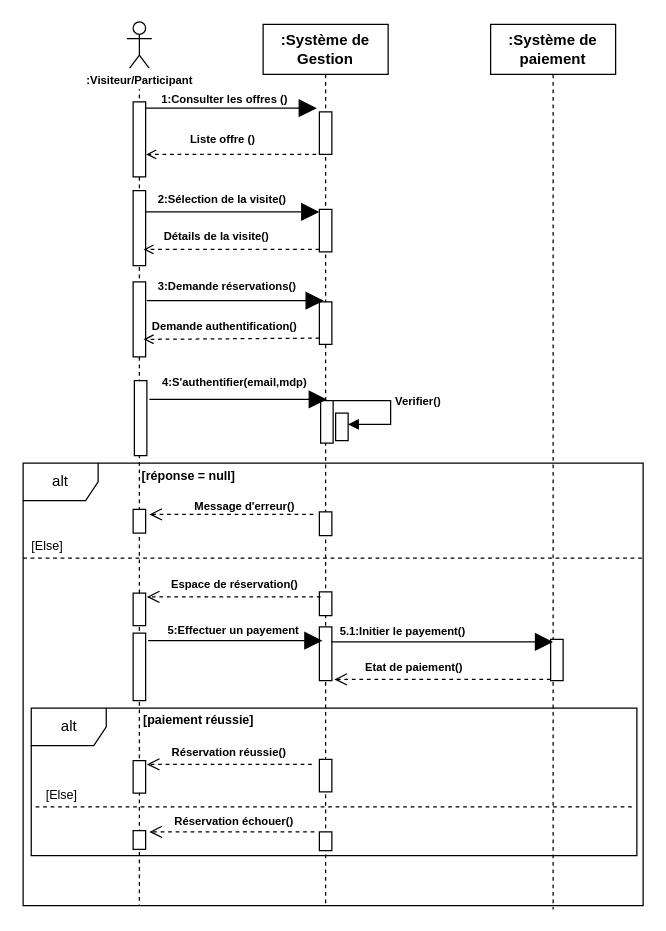
The draw.io diagram Diagramme sans nom.drawio in louis-fresnel99/TpGasaL1, before the edit. Source tidied: cells renumbered, new cells numbered last; positions are measured from the earlier drawing's top-left corner, leaving out a move shared by most shapes. Both pictures are drawn from the tidied source at 125%, with x=0, y=0 at pixel (21, 21).
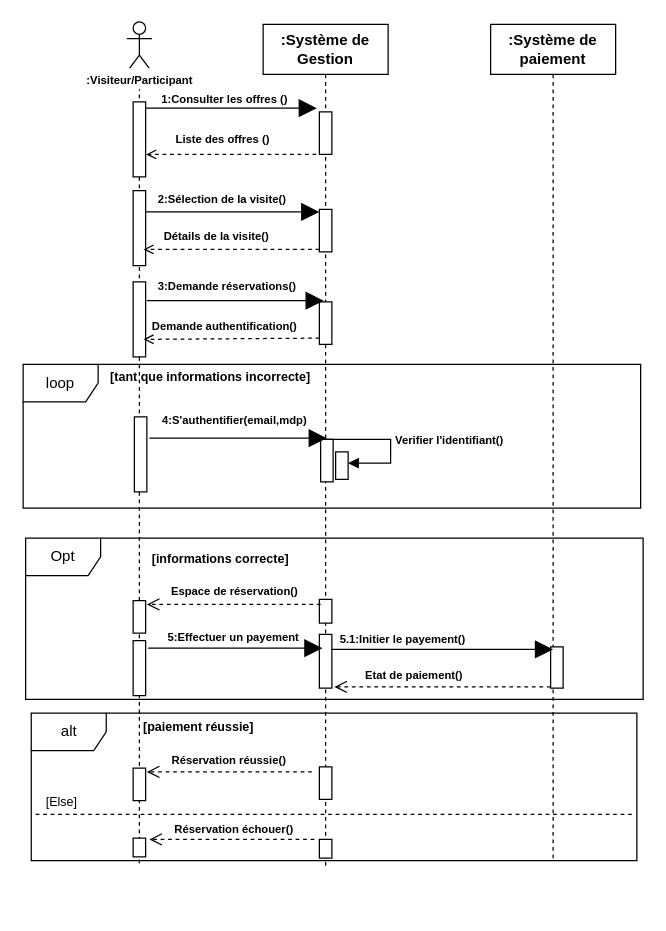
Above is the later version.

Commit message:
Mettre à jour Diagramme sans nom.drawio

Change to the diagram source:
```diff
@@
-    <mxCell id="2" value="alt" style="shape=umlFrame;whiteSpace=wrap;html=1;labelBorderColor=none;fillColor=light-dark(#FFFFFF,#FFFFFF);fontColor=light-dark(#000000,#000000);strokeColor=light-dark(#000000,#000000);" parent="1" vertex="1">
-      <mxGeometry x="1" y="353" width="496" height="354" as="geometry" />
+    <mxCell id="2" value="Opt" style="shape=umlFrame;whiteSpace=wrap;html=1;labelBorderColor=none;fillColor=light-dark(#FFFFFF,#FFFFFF);fontColor=light-dark(#000000,#000000);strokeColor=light-dark(#000000,#000000);" parent="1" vertex="1">
+      <mxGeometry x="3" y="413" width="494" height="129" as="geometry" />
     </mxCell>
     <mxCell id="3" value="&lt;b&gt;:Système de Gestion&lt;/b&gt;" style="shape=umlLifeline;perimeter=lifelinePerimeter;whiteSpace=wrap;html=1;newEdgeStyle={&quot;edgeStyle&quot;:&quot;elbowEdgeStyle&quot;,&quot;elbow&quot;:&quot;vertical&quot;,&quot;curved&quot;:0,&quot;rounded&quot;:0};fillColor=light-dark(#FFFFFF, #ffffff);strokeColor=light-dark(#000000,#000000);labelBackgroundColor=none;fontColor=light-dark(#000000,#000000);" parent="1" vertex="1">
-      <mxGeometry x="193" y="2" width="100" height="706" as="geometry" />
+      <mxGeometry x="193" y="2" width="100" height="674" as="geometry" />
     </mxCell>
@@
-    <mxCell id="7" style="html=1;perimeter=orthogonalPerimeter;targetShapes=umlLifeline;newEdgeStyle={&quot;curved&quot;:0,&quot;rounded&quot;:0};fillColor=light-dark(#FFFFFF,#FFFFFF);strokeColor=light-dark(#000000,#000000);" parent="3" vertex="1">
-      <mxGeometry x="45" y="390" width="10" height="19" as="geometry" />
-    </mxCell>
     <mxCell id="8" style="html=1;perimeter=orthogonalPerimeter;targetShapes=umlLifeline;newEdgeStyle={&quot;curved&quot;:0,&quot;rounded&quot;:0};fillColor=light-dark(#FFFFFF,#FFFFFF);strokeColor=light-dark(#000000,#000000);" parent="3" vertex="1">
-      <mxGeometry x="45" y="454" width="10" height="19" as="geometry" />
+      <mxGeometry x="45" y="460" width="10" height="19" as="geometry" />
     </mxCell>
     <mxCell id="9" style="html=1;perimeter=orthogonalPerimeter;targetShapes=umlLifeline;newEdgeStyle={&quot;curved&quot;:0,&quot;rounded&quot;:0};fillColor=light-dark(#FFFFFF,#FFFFFF);strokeColor=light-dark(#000000,#000000);" parent="3" vertex="1">
-      <mxGeometry x="45" y="482" width="10" height="43" as="geometry" />
+      <mxGeometry x="45" y="488" width="10" height="43" as="geometry" />
     </mxCell>
     <mxCell id="10" style="html=1;perimeter=orthogonalPerimeter;targetShapes=umlLifeline;newEdgeStyle={&quot;curved&quot;:0,&quot;rounded&quot;:0};" parent="3" vertex="1">
-      <mxGeometry x="58" y="311" width="10" height="22" as="geometry" />
+      <mxGeometry x="58" y="342" width="10" height="22" as="geometry" />
     </mxCell>
-    <mxCell id="11" value="&lt;font style=&quot;font-size: 9px;&quot;&gt;&lt;b&gt;Verifier()&lt;/b&gt;&lt;/font&gt;" style="html=1;align=left;spacingLeft=2;endArrow=block;rounded=0;edgeStyle=orthogonalEdgeStyle;curved=0;rounded=0;" parent="3" edge="1">
+    <mxCell id="11" value="&lt;font style=&quot;font-size: 9px;&quot;&gt;&lt;b&gt;Verifier l'identifiant()&lt;/b&gt;&lt;/font&gt;" style="html=1;align=left;spacingLeft=2;endArrow=block;rounded=0;edgeStyle=orthogonalEdgeStyle;curved=0;rounded=0;" parent="3" edge="1">
       <mxGeometry relative="1" as="geometry">
-        <mxPoint x="50.1" y="301" as="sourcePoint" />
-        <mxPoint x="68" y="320" as="targetPoint" />
+        <mxPoint x="50.1" y="332" as="sourcePoint" />
+        <mxPoint x="68" y="351" as="targetPoint" />
         <Array as="points">
-          <mxPoint x="102" y="301" />
-          <mxPoint x="102" y="320" />
+          <mxPoint x="102" y="332" />
+          <mxPoint x="102" y="351" />
         </Array>
       </mxGeometry>
     </mxCell>
     <mxCell id="12" style="html=1;perimeter=orthogonalPerimeter;targetShapes=umlLifeline;newEdgeStyle={&quot;curved&quot;:0,&quot;rounded&quot;:0};fillColor=light-dark(#FFFFFF,#FFFFFF);strokeColor=light-dark(#000000,#000000);" parent="3" vertex="1">
-      <mxGeometry x="45" y="588" width="10" height="26" as="geometry" />
+      <mxGeometry x="45" y="594" width="10" height="26" as="geometry" />
     </mxCell>
     <mxCell id="13" style="html=1;perimeter=orthogonalPerimeter;targetShapes=umlLifeline;newEdgeStyle={&quot;curved&quot;:0,&quot;rounded&quot;:0};fillColor=light-dark(#FFFFFF,#FFFFFF);strokeColor=light-dark(#000000,#000000);" parent="3" vertex="1">
-      <mxGeometry x="45" y="646" width="10" height="15" as="geometry" />
+      <mxGeometry x="45" y="652" width="10" height="15" as="geometry" />
     </mxCell>
     <mxCell id="14" style="shape=umlLifeline;perimeter=lifelinePerimeter;whiteSpace=wrap;html=1;newEdgeStyle={&quot;curved&quot;:0,&quot;rounded&quot;:0};participant=umlActor;fillColor=light-dark(#FFFFFF,#000000);strokeColor=light-dark(#000000,#000000);" parent="1" vertex="1">
-      <mxGeometry x="84" width="20" height="707" as="geometry" />
+      <mxGeometry x="84" width="20" height="674" as="geometry" />
     </mxCell>
@@
-    <mxCell id="18" style="html=1;perimeter=orthogonalPerimeter;targetShapes=umlLifeline;newEdgeStyle={&quot;curved&quot;:0,&quot;rounded&quot;:0};fillColor=light-dark(#FFFFFF,#FFFFFF);strokeColor=light-dark(#000000,#000000);" parent="14" vertex="1">
-      <mxGeometry x="5" y="390" width="10" height="19" as="geometry" />
-    </mxCell>
     <mxCell id="19" style="html=1;perimeter=orthogonalPerimeter;targetShapes=umlLifeline;newEdgeStyle={&quot;curved&quot;:0,&quot;rounded&quot;:0};fillColor=light-dark(#FFFFFF,#FFFFFF);strokeColor=light-dark(#000000,#000000);" parent="14" vertex="1">
-      <mxGeometry x="5" y="457" width="10" height="26" as="geometry" />
+      <mxGeometry x="5" y="463" width="10" height="26" as="geometry" />
     </mxCell>
     <mxCell id="20" style="html=1;perimeter=orthogonalPerimeter;targetShapes=umlLifeline;newEdgeStyle={&quot;curved&quot;:0,&quot;rounded&quot;:0};fillColor=light-dark(#FFFFFF,#FFFFFF);strokeColor=light-dark(#000000,#000000);" parent="14" vertex="1">
-      <mxGeometry x="5" y="489" width="10" height="54" as="geometry" />
+      <mxGeometry x="5" y="495" width="10" height="44" as="geometry" />
     </mxCell>
     <mxCell id="21" style="html=1;perimeter=orthogonalPerimeter;targetShapes=umlLifeline;newEdgeStyle={&quot;curved&quot;:0,&quot;rounded&quot;:0};fillColor=light-dark(#FFFFFF,#FFFFFF);strokeColor=light-dark(#000000,#000000);" parent="14" vertex="1">
-      <mxGeometry x="5" y="591" width="10" height="26" as="geometry" />
+      <mxGeometry x="5" y="597" width="10" height="26" as="geometry" />
     </mxCell>
@@
     <mxCell id="23" value="&lt;b&gt;:Système de paiement&lt;/b&gt;" style="shape=umlLifeline;perimeter=lifelinePerimeter;whiteSpace=wrap;html=1;newEdgeStyle={&quot;curved&quot;:0,&quot;rounded&quot;:0};fillColor=light-dark(#FFFFFF,#FFFFFF);fontColor=light-dark(#000000,#000000);strokeColor=light-dark(#000000,#000000);" parent="1" vertex="1">
-      <mxGeometry x="375" y="2" width="100" height="708" as="geometry" />
+      <mxGeometry x="375" y="2" width="100" height="670" as="geometry" />
     </mxCell>
     <mxCell id="24" style="html=1;perimeter=orthogonalPerimeter;targetShapes=umlLifeline;newEdgeStyle={&quot;curved&quot;:0,&quot;rounded&quot;:0};fillColor=light-dark(#FFFFFF,#FFFFFF);strokeColor=light-dark(#000000,#000000);" parent="23" vertex="1">
-      <mxGeometry x="48" y="492" width="10" height="33" as="geometry" />
+      <mxGeometry x="48" y="498" width="10" height="33" as="geometry" />
     </mxCell>
@@
-    <mxCell id="27" value="&lt;font style=&quot;color: light-dark(rgb(0, 0, 0), rgb(0, 0, 0)); font-size: 9px;&quot;&gt;&lt;b style=&quot;&quot;&gt;Liste offre ()&lt;/b&gt;&lt;/font&gt;" style="text;html=1;align=center;verticalAlign=middle;whiteSpace=wrap;rounded=0;" parent="1" vertex="1">
+    <mxCell id="27" value="&lt;font style=&quot;color: light-dark(rgb(0, 0, 0), rgb(0, 0, 0)); font-size: 9px;&quot;&gt;&lt;b style=&quot;&quot;&gt;Liste des offres ()&lt;/b&gt;&lt;/font&gt;" style="text;html=1;align=center;verticalAlign=middle;whiteSpace=wrap;rounded=0;" parent="1" vertex="1">
       <mxGeometry x="102" y="82" width="118" height="22" as="geometry" />
     </mxCell>
@@
     <mxCell id="36" style="html=1;perimeter=orthogonalPerimeter;targetShapes=umlLifeline;newEdgeStyle={&quot;curved&quot;:0,&quot;rounded&quot;:0};fillColor=light-dark(#FFFFFF,#FFFFFF);strokeColor=light-dark(#000000,#000000);" parent="1" vertex="1">
-      <mxGeometry x="239" y="303" width="10" height="34" as="geometry" />
+      <mxGeometry x="239" y="334" width="10" height="34" as="geometry" />
     </mxCell>
     <mxCell id="37" style="html=1;perimeter=orthogonalPerimeter;targetShapes=umlLifeline;newEdgeStyle={&quot;curved&quot;:0,&quot;rounded&quot;:0};fillColor=light-dark(#FFFFFF,#FFFFFF);strokeColor=light-dark(#000000,#000000);" parent="1" vertex="1">
-      <mxGeometry x="90" y="287" width="10" height="60" as="geometry" />
+      <mxGeometry x="90" y="316" width="10" height="60" as="geometry" />
     </mxCell>
     <mxCell id="38" style="endArrow=block;endFill=1;endSize=12;html=1;rounded=0;strokeColor=light-dark(#000000,#000000);" parent="1" edge="1">
       <mxGeometry relative="1" as="geometry">
-        <mxPoint x="102" y="302" as="sourcePoint" />
-        <mxPoint x="244" y="302" as="targetPoint" />
+        <mxPoint x="102" y="333" as="sourcePoint" />
+        <mxPoint x="244" y="333" as="targetPoint" />
       </mxGeometry>
     </mxCell>
-    <mxCell id="39" value="&lt;font style=&quot;color: light-dark(rgb(0, 0, 0), rgb(0, 0, 0)); font-size: 10px;&quot;&gt;&lt;b&gt;[réponse = null]&amp;nbsp;&lt;/b&gt;&lt;/font&gt;" style="text;html=1;align=center;verticalAlign=middle;whiteSpace=wrap;rounded=0;" parent="1" vertex="1">
-      <mxGeometry x="74" y="348" width="122" height="30" as="geometry" />
+    <mxCell id="39" value="&lt;b style=&quot;font-size: 10px;&quot;&gt;[informations correcte]&amp;nbsp;&lt;/b&gt;" style="text;html=1;align=center;verticalAlign=middle;whiteSpace=wrap;rounded=0;" parent="1" vertex="1">
+      <mxGeometry x="92.3" y="414" width="137" height="30" as="geometry" />
     </mxCell>
-    <mxCell id="40" style="html=1;verticalAlign=bottom;endArrow=open;dashed=1;endSize=8;curved=0;rounded=0;strokeColor=light-dark(#000000,#000000);" parent="1" edge="1">
-      <mxGeometry relative="1" as="geometry">
-        <mxPoint x="233.2" y="394" as="sourcePoint" />
-        <mxPoint x="102" y="394" as="targetPoint" />
-      </mxGeometry>
-    </mxCell>
-    <mxCell id="41" value="&lt;font style=&quot;color: light-dark(rgb(0, 0, 0), rgb(0, 0, 0)); font-size: 9px;&quot;&gt;&lt;b&gt;Message d'erreur()&lt;/b&gt;&lt;/font&gt;" style="text;html=1;align=center;verticalAlign=middle;whiteSpace=wrap;rounded=0;" parent="1" vertex="1">
-      <mxGeometry x="135" y="378" width="87" height="17" as="geometry" />
-    </mxCell>
-    <mxCell id="42" style="line;strokeWidth=1;fillColor=none;align=left;verticalAlign=middle;spacingTop=-1;spacingLeft=3;spacingRight=3;labelPosition=right;strokeColor=light-dark(#000000,#000000);dashed=1;" parent="1" vertex="1">
-      <mxGeometry x="1" y="425" width="497" height="8" as="geometry" />
-    </mxCell>
-    <mxCell id="43" value="&lt;font style=&quot;color: light-dark(rgb(0, 0, 0), rgb(0, 0, 0)); font-size: 10px;&quot;&gt;[Else]&amp;nbsp;&lt;/font&gt;" style="text;html=1;align=center;verticalAlign=middle;whiteSpace=wrap;rounded=0;" parent="1" vertex="1">
-      <mxGeometry y="409" width="44" height="19" as="geometry" />
-    </mxCell>
     <mxCell id="44" style="html=1;verticalAlign=bottom;endArrow=open;dashed=1;endSize=8;curved=0;rounded=0;strokeColor=light-dark(#000000,#000000);" parent="1" edge="1">
       <mxGeometry relative="1" as="geometry">
-        <mxPoint x="239" y="460" as="sourcePoint" />
-        <mxPoint x="100" y="460" as="targetPoint" />
+        <mxPoint x="239" y="466" as="sourcePoint" />
+        <mxPoint x="100" y="466" as="targetPoint" />
       </mxGeometry>
     </mxCell>
     <mxCell id="45" value="&lt;font style=&quot;color: light-dark(rgb(0, 0, 0), rgb(0, 0, 0)); font-size: 9px;&quot;&gt;&lt;b&gt;Espace de réservation()&lt;/b&gt;&lt;/font&gt;" style="text;html=1;align=center;verticalAlign=middle;whiteSpace=wrap;rounded=0;" parent="1" vertex="1">
-      <mxGeometry x="116.9" y="440" width="107.4" height="17" as="geometry" />
+      <mxGeometry x="116.9" y="446" width="107.4" height="17" as="geometry" />
     </mxCell>
     <mxCell id="46" style="endArrow=block;endFill=1;endSize=12;html=1;rounded=0;strokeColor=light-dark(#000000,#000000);" parent="1" edge="1">
       <mxGeometry relative="1" as="geometry">
-        <mxPoint x="101" y="495" as="sourcePoint" />
-        <mxPoint x="240.5" y="495" as="targetPoint" />
+        <mxPoint x="101" y="501" as="sourcePoint" />
+        <mxPoint x="240.5" y="501" as="targetPoint" />
       </mxGeometry>
     </mxCell>
     <mxCell id="47" value="&lt;font style=&quot;color: light-dark(rgb(0, 0, 0), rgb(0, 0, 0));&quot;&gt;&lt;b&gt;5:Effectuer un payement&lt;/b&gt;&lt;/font&gt;" style="text;html=1;align=center;verticalAlign=middle;whiteSpace=wrap;rounded=0;fontSize=9;" parent="1" vertex="1">
-      <mxGeometry x="115" y="479" width="109" height="16" as="geometry" />
+      <mxGeometry x="115" y="485" width="109" height="16" as="geometry" />
     </mxCell>
     <mxCell id="48" style="endArrow=block;endFill=1;endSize=12;html=1;rounded=0;strokeColor=light-dark(#000000,#000000);" parent="1" edge="1">
       <mxGeometry relative="1" as="geometry">
-        <mxPoint x="247.5" y="496" as="sourcePoint" />
-        <mxPoint x="425" y="496" as="targetPoint" />
+        <mxPoint x="247.5" y="502" as="sourcePoint" />
+        <mxPoint x="425" y="502" as="targetPoint" />
       </mxGeometry>
     </mxCell>
     <mxCell id="49" value="&lt;font style=&quot;color: light-dark(rgb(0, 0, 0), rgb(0, 0, 0)); font-size: 9px;&quot;&gt;&lt;b&gt;5.1:Initier le payement()&lt;/b&gt;&lt;/font&gt;" style="text;html=1;align=center;verticalAlign=middle;whiteSpace=wrap;rounded=0;" parent="1" vertex="1">
-      <mxGeometry x="247.8" y="478" width="114" height="17" as="geometry" />
+      <mxGeometry x="247.8" y="484" width="114" height="17" as="geometry" />
     </mxCell>
     <mxCell id="50" style="html=1;verticalAlign=bottom;endArrow=open;dashed=1;endSize=8;curved=0;rounded=0;strokeColor=light-dark(#000000,#000000);" parent="1" edge="1">
       <mxGeometry relative="1" as="geometry">
-        <mxPoint x="423" y="526" as="sourcePoint" />
-        <mxPoint x="250" y="526" as="targetPoint" />
+        <mxPoint x="423" y="532" as="sourcePoint" />
+        <mxPoint x="250" y="532" as="targetPoint" />
       </mxGeometry>
     </mxCell>
     <mxCell id="51" value="&lt;font style=&quot;color: light-dark(rgb(0, 0, 0), rgb(0, 0, 0)); font-size: 9px;&quot;&gt;&lt;b&gt;Etat de paiement()&lt;/b&gt;&lt;/font&gt;" style="text;html=1;align=center;verticalAlign=middle;whiteSpace=wrap;rounded=0;" parent="1" vertex="1">
-      <mxGeometry x="267.4" y="507" width="94.4" height="17" as="geometry" />
+      <mxGeometry x="267.4" y="513" width="94.4" height="17" as="geometry" />
     </mxCell>
@@
     <mxCell id="53" value="&lt;font style=&quot;color: light-dark(rgb(0, 0, 0), rgb(0, 0, 0)); font-size: 9px;&quot;&gt;&lt;b style=&quot;&quot;&gt;4:S'authentifier(email,mdp)&lt;/b&gt;&lt;/font&gt;" style="text;html=1;align=center;verticalAlign=middle;whiteSpace=wrap;rounded=0;" parent="1" vertex="1">
-      <mxGeometry x="104.5" y="277" width="130.7" height="22" as="geometry" />
+      <mxGeometry x="105.2" y="307" width="130.7" height="22" as="geometry" />
     </mxCell>
     <mxCell id="54" value="alt" style="shape=umlFrame;whiteSpace=wrap;html=1;" parent="1" vertex="1">
-      <mxGeometry x="7.5" y="549" width="484.5" height="118" as="geometry" />
+      <mxGeometry x="7.5" y="553" width="484.5" height="118" as="geometry" />
     </mxCell>
     <mxCell id="55" value="&lt;font style=&quot;color: light-dark(rgb(0, 0, 0), rgb(0, 0, 0)); font-size: 10px;&quot;&gt;&lt;b&gt;[paiement réussie]&amp;nbsp;&lt;/b&gt;&lt;/font&gt;" style="text;html=1;align=center;verticalAlign=middle;whiteSpace=wrap;rounded=0;" parent="1" vertex="1">
-      <mxGeometry x="82" y="543" width="122" height="30" as="geometry" />
+      <mxGeometry x="82" y="549" width="122" height="30" as="geometry" />
     </mxCell>
     <mxCell id="56" style="html=1;verticalAlign=bottom;endArrow=open;dashed=1;endSize=8;curved=0;rounded=0;strokeColor=light-dark(#000000,#000000);" parent="1" edge="1">
       <mxGeometry relative="1" as="geometry">
-        <mxPoint x="232" y="594" as="sourcePoint" />
-        <mxPoint x="100" y="594" as="targetPoint" />
+        <mxPoint x="232" y="600" as="sourcePoint" />
+        <mxPoint x="100" y="600" as="targetPoint" />
       </mxGeometry>
     </mxCell>
     <mxCell id="57" value="&lt;font style=&quot;color: light-dark(rgb(0, 0, 0), rgb(0, 0, 0)); font-size: 9px;&quot;&gt;&lt;b&gt;Réservation réussie()&lt;/b&gt;&lt;/font&gt;" style="text;html=1;align=center;verticalAlign=middle;whiteSpace=wrap;rounded=0;" parent="1" vertex="1">
-      <mxGeometry x="118.9" y="575" width="94.4" height="17" as="geometry" />
+      <mxGeometry x="118.9" y="581" width="94.4" height="17" as="geometry" />
     </mxCell>
     <mxCell id="58" style="line;strokeWidth=1;fillColor=none;align=left;verticalAlign=middle;spacingTop=-1;spacingLeft=3;spacingRight=3;labelPosition=right;strokeColor=light-dark(#000000,#000000);dashed=1;" parent="1" vertex="1">
-      <mxGeometry x="11" y="624" width="479" height="8" as="geometry" />
+      <mxGeometry x="11" y="630" width="479" height="8" as="geometry" />
     </mxCell>
     <mxCell id="59" value="&lt;font style=&quot;color: light-dark(rgb(0, 0, 0), rgb(0, 0, 0)); font-size: 10px;&quot;&gt;[Else]&amp;nbsp;&lt;/font&gt;" style="text;html=1;align=center;verticalAlign=middle;whiteSpace=wrap;rounded=0;" parent="1" vertex="1">
-      <mxGeometry x="10" y="608" width="47" height="19" as="geometry" />
+      <mxGeometry x="10" y="614" width="47" height="19" as="geometry" />
     </mxCell>
     <mxCell id="60" style="html=1;verticalAlign=bottom;endArrow=open;dashed=1;endSize=8;curved=0;rounded=0;strokeColor=light-dark(#000000,#000000);" parent="1" edge="1">
       <mxGeometry relative="1" as="geometry">
-        <mxPoint x="234" y="648" as="sourcePoint" />
-        <mxPoint x="102" y="648" as="targetPoint" />
+        <mxPoint x="234" y="654" as="sourcePoint" />
+        <mxPoint x="102" y="654" as="targetPoint" />
       </mxGeometry>
     </mxCell>
     <mxCell id="61" value="&lt;font style=&quot;color: light-dark(rgb(0, 0, 0), rgb(0, 0, 0)); font-size: 9px;&quot;&gt;&lt;b&gt;Réservation échouer()&lt;/b&gt;&lt;/font&gt;" style="text;html=1;align=center;verticalAlign=middle;whiteSpace=wrap;rounded=0;" parent="1" vertex="1">
-      <mxGeometry x="116.9" y="630" width="106.1" height="17" as="geometry" />
+      <mxGeometry x="116.9" y="636" width="106.1" height="17" as="geometry" />
     </mxCell>
     <mxCell id="62" style="html=1;perimeter=orthogonalPerimeter;targetShapes=umlLifeline;newEdgeStyle={&quot;curved&quot;:0,&quot;rounded&quot;:0};fillColor=light-dark(#FFFFFF,#FFFFFF);strokeColor=light-dark(#000000,#000000);" parent="1" vertex="1">
-      <mxGeometry x="89" y="647" width="10" height="15" as="geometry" />
+      <mxGeometry x="89" y="653" width="10" height="15" as="geometry" />
     </mxCell>
+    <mxCell id="63" value="loop" style="shape=umlFrame;whiteSpace=wrap;html=1;" parent="1" vertex="1">
+      <mxGeometry x="1" y="274" width="494" height="115" as="geometry" />
+    </mxCell>
+    <mxCell id="64" value="&lt;font style=&quot;color: light-dark(rgb(0, 0, 0), rgb(0, 0, 0)); font-size: 10px;&quot;&gt;&lt;b&gt;[tant que informations incorrecte]&amp;nbsp;&lt;/b&gt;&lt;/font&gt;" style="text;html=1;align=center;verticalAlign=middle;whiteSpace=wrap;rounded=0;" parent="1" vertex="1">
+      <mxGeometry x="55.7" y="269" width="193" height="30" as="geometry" />
+    </mxCell>
```
